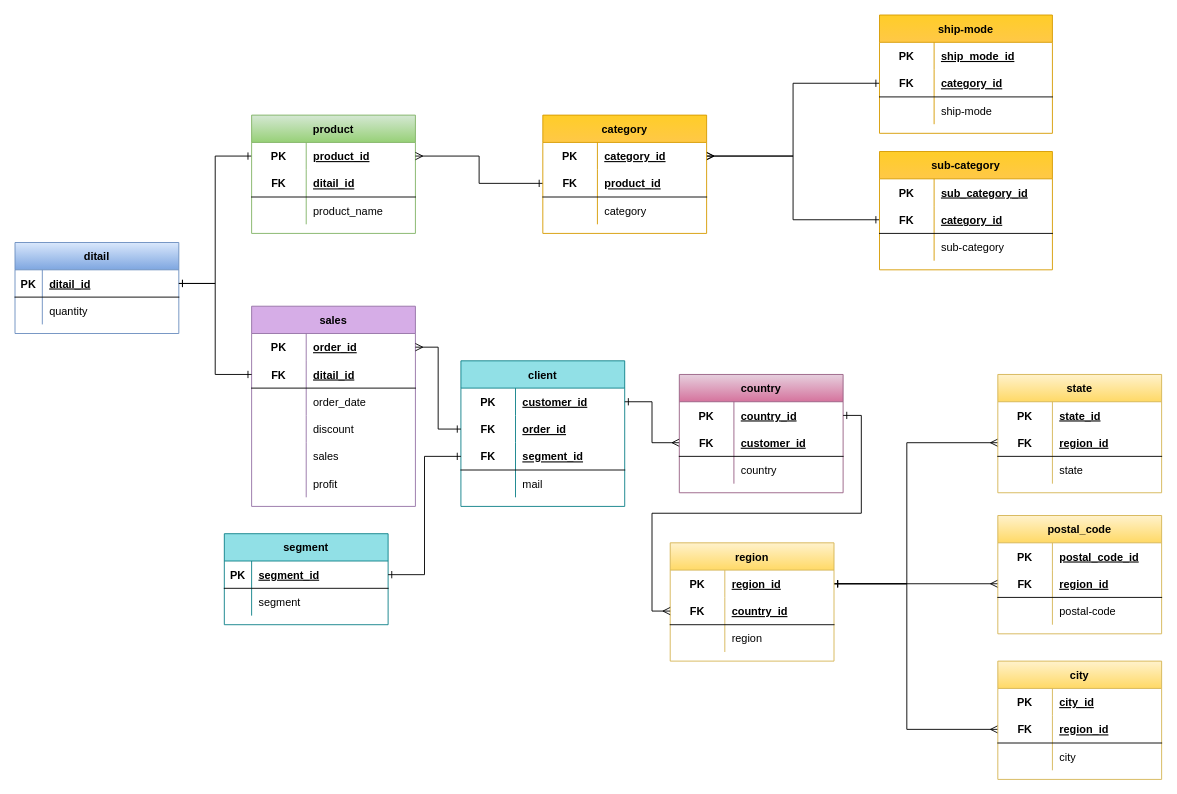
Above: Diagrama Entidad-Relación - Final - Lucas Márquez.drawio in marquezlucas/curso-sql (draw.io), before the change. Source tidied: cells renumbered, new cells numbered last; positions are measured from the earlier drawing's top-left corner, leaving out a move shared by most shapes. Both pictures are drawn from the tidied source at 91%, with x=0, y=0 at pixel (15, 15).
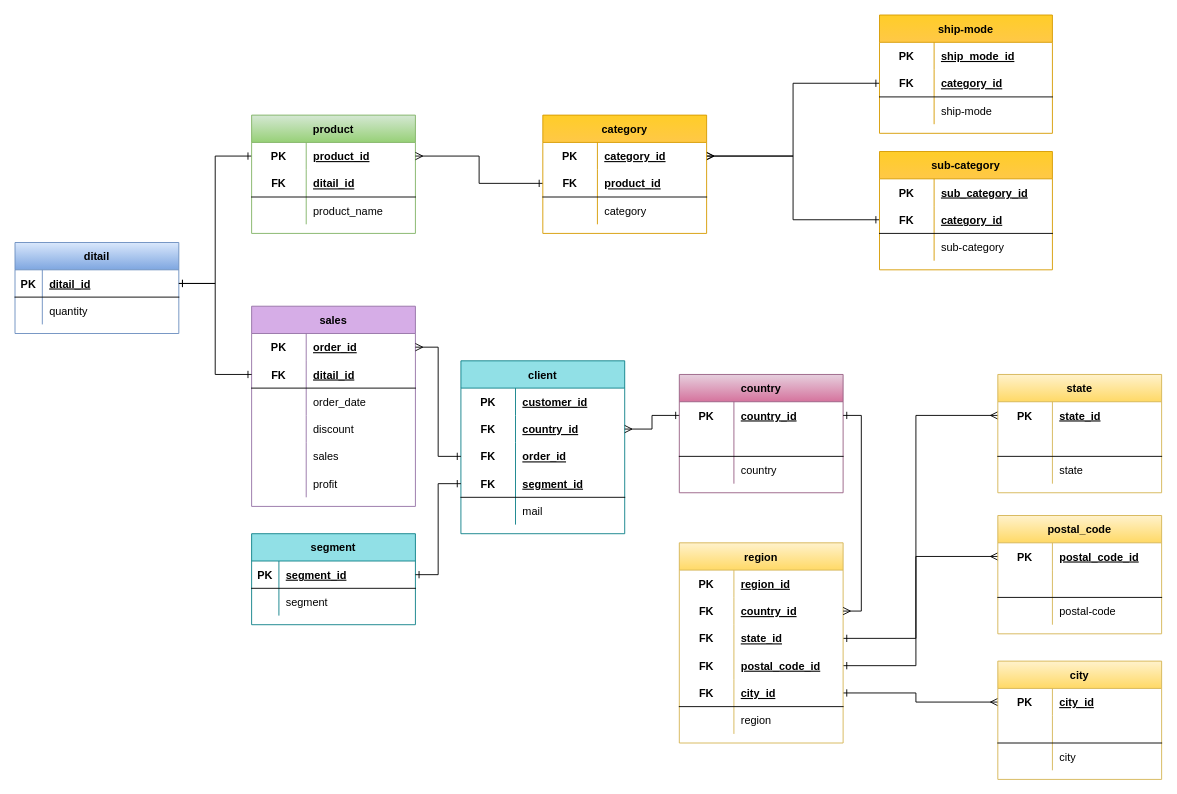
The same diagram, later.

Unchanged cells that the change refers to:
```xml
<mxCell id="22" style="shape=tableRow;horizontal=0;startSize=0;swimlaneHead=0;swimlaneBody=0;fillColor=none;points=[[0,0.5],[1,0.5]];portConstraint=eastwest;top=0;left=0;right=0;bottom=0;" parent="21" vertex="1">
  <mxGeometry y="30" width="180" height="30" as="geometry" />
</mxCell>
<mxCell id="101" value="country" style="shape=table;startSize=30;childLayout=tableLayout;rowLines=0;fontStyle=1;align=center;fillColor=#e6d0de;strokeColor=#996185;gradientColor=#d5739d;" parent="1" vertex="1">
  <mxGeometry x="730" y="395" width="180" height="130" as="geometry" />
</mxCell>
<mxCell id="102" style="shape=tableRow;horizontal=0;startSize=0;swimlaneHead=0;swimlaneBody=0;fillColor=none;points=[[0,0.5],[1,0.5]];portConstraint=eastwest;top=0;left=0;right=0;bottom=0;" parent="101" vertex="1">
  <mxGeometry y="30" width="180" height="30" as="geometry" />
</mxCell>
<mxCell id="111" value="postal_code" style="shape=table;startSize=30;childLayout=tableLayout;rowLines=0;fontStyle=1;align=center;fillColor=#fff2cc;strokeColor=#d6b656;gradientColor=#ffd966;" parent="1" vertex="1">
  <mxGeometry x="1080" y="550" width="180" height="130" as="geometry" />
</mxCell>
<mxCell id="112" style="shape=tableRow;horizontal=0;startSize=0;swimlaneHead=0;swimlaneBody=0;fillColor=none;points=[[0,0.5],[1,0.5]];portConstraint=eastwest;top=0;left=0;right=0;bottom=0;" parent="111" vertex="1">
  <mxGeometry y="30" width="180" height="30" as="geometry" />
</mxCell>
<mxCell id="121" value="state" style="shape=table;startSize=30;childLayout=tableLayout;rowLines=0;fontStyle=1;align=center;fillColor=#fff2cc;strokeColor=#d6b656;gradientColor=#ffd966;" parent="1" vertex="1">
  <mxGeometry x="1080" y="395" width="180" height="130" as="geometry" />
</mxCell>
<mxCell id="122" style="shape=tableRow;horizontal=0;startSize=0;swimlaneHead=0;swimlaneBody=0;fillColor=none;points=[[0,0.5],[1,0.5]];portConstraint=eastwest;top=0;left=0;right=0;bottom=0;" parent="121" vertex="1">
  <mxGeometry y="30" width="180" height="30" as="geometry" />
</mxCell>
<mxCell id="131" value="city" style="shape=table;startSize=30;childLayout=tableLayout;rowLines=0;fontStyle=1;align=center;fillColor=#fff2cc;strokeColor=#d6b656;gradientColor=#ffd966;" parent="1" vertex="1">
  <mxGeometry x="1080" y="710" width="180" height="130" as="geometry" />
</mxCell>
<mxCell id="132" style="shape=tableRow;horizontal=0;startSize=0;swimlaneHead=0;swimlaneBody=0;fillColor=none;points=[[0,0.5],[1,0.5]];portConstraint=eastwest;top=0;left=0;right=0;bottom=0;" parent="131" vertex="1">
  <mxGeometry y="30" width="180" height="30" as="geometry" />
</mxCell>
<mxCell id="142" style="shape=tableRow;horizontal=0;startSize=0;swimlaneHead=0;swimlaneBody=0;fillColor=none;points=[[0,0.5],[1,0.5]];portConstraint=eastwest;top=0;left=0;right=0;bottom=0;" parent="141" vertex="1">
  <mxGeometry y="30" width="180" height="30" as="geometry" />
</mxCell>
```

What changed in the source:
```diff
@@
     <mxCell id="21" value="client" style="shape=table;startSize=30;childLayout=tableLayout;rowLines=0;fontStyle=1;align=center;fillColor=#91E0E6;strokeColor=#0e8088;" parent="1" vertex="1">
-      <mxGeometry x="490" y="380" width="180" height="160" as="geometry" />
+      <mxGeometry x="490" y="380" width="180" height="190" as="geometry" />
     </mxCell>
@@
+    <mxCell id="152" style="shape=tableRow;horizontal=0;startSize=0;swimlaneHead=0;swimlaneBody=0;fillColor=none;points=[[0,0.5],[1,0.5]];portConstraint=eastwest;top=0;left=0;right=0;bottom=0;" parent="21" vertex="1">
+      <mxGeometry y="60" width="180" height="30" as="geometry" />
+    </mxCell>
+    <mxCell id="153" value="FK" style="shape=partialRectangle;fillColor=none;top=0;left=0;bottom=0;right=0;fontStyle=1;overflow=hidden;" parent="152" vertex="1">
+      <mxGeometry width="60" height="30" as="geometry" />
+    </mxCell>
+    <mxCell id="154" value="country_id" style="shape=partialRectangle;fillColor=none;top=0;left=0;bottom=0;right=0;align=left;spacingLeft=6;fontStyle=5;overflow=hidden;" parent="152" vertex="1">
+      <mxGeometry x="60" width="120" height="30" as="geometry" />
+    </mxCell>
     <mxCell id="25" style="shape=tableRow;horizontal=0;startSize=0;swimlaneHead=0;swimlaneBody=0;fillColor=none;points=[[0,0.5],[1,0.5]];portConstraint=eastwest;top=0;left=0;right=0;bottom=0;" parent="21" vertex="1">
-      <mxGeometry y="60" width="180" height="30" as="geometry" />
+      <mxGeometry y="90" width="180" height="30" as="geometry" />
     </mxCell>
@@
     <mxCell id="28" style="shape=tableRow;horizontal=0;startSize=0;swimlaneHead=0;swimlaneBody=0;fillColor=none;points=[[0,0.5],[1,0.5]];portConstraint=eastwest;top=0;left=0;right=0;bottom=1;" parent="21" vertex="1">
-      <mxGeometry y="90" width="180" height="30" as="geometry" />
+      <mxGeometry y="120" width="180" height="30" as="geometry" />
     </mxCell>
@@
     <mxCell id="31" style="shape=tableRow;horizontal=0;startSize=0;swimlaneHead=0;swimlaneBody=0;fillColor=none;top=0;left=0;right=0;bottom=0;" parent="21" vertex="1">
-      <mxGeometry y="120" width="180" height="30" as="geometry" />
+      <mxGeometry y="150" width="180" height="30" as="geometry" />
     </mxCell>
@@
-    <mxCell id="48" style="edgeStyle=orthogonalEdgeStyle;rounded=0;jettySize=auto;html=1;startArrow=ERone;startFill=0;endArrow=ERmany;endFill=0;exitX=1;exitY=0.5;exitDx=0;exitDy=0;entryX=0;entryY=0.5;entryDx=0;entryDy=0;" parent="1" edge="1" source="22" target="105">
+    <mxCell id="48" style="edgeStyle=orthogonalEdgeStyle;rounded=0;jettySize=auto;html=1;startArrow=ERmany;startFill=0;endArrow=ERone;endFill=0;exitX=1;exitY=0.5;exitDx=0;exitDy=0;entryX=0;entryY=0.5;entryDx=0;entryDy=0;" parent="1" edge="1" source="152" target="102">
       <mxGeometry relative="1" as="geometry" />
     </mxCell>
     <mxCell id="49" value="segment" style="shape=table;startSize=30;childLayout=tableLayout;rowLines=0;fontStyle=1;align=center;fillColor=#91E0E6;strokeColor=#0e8088;" parent="1" vertex="1">
-      <mxGeometry x="230" y="570" width="180" height="100" as="geometry" />
+      <mxGeometry x="260" y="570" width="180" height="100" as="geometry" />
     </mxCell>
@@
-    <mxCell id="59" style="edgeStyle=orthogonalEdgeStyle;rounded=0;jettySize=auto;html=1;exitX=1;exitY=0.5;exitDx=0;exitDy=0;startArrow=ERone;startFill=0;endArrow=ERmany;endFill=0;entryX=0;entryY=0.5;entryDx=0;entryDy=0;" parent="1" edge="1" source="142" target="125">
+    <mxCell id="59" style="edgeStyle=orthogonalEdgeStyle;rounded=0;jettySize=auto;html=1;exitX=1;exitY=0.5;exitDx=0;exitDy=0;startArrow=ERone;startFill=0;endArrow=ERmany;endFill=0;entryX=0;entryY=0.5;entryDx=0;entryDy=0;" parent="1" edge="1" source="170" target="122">
       <mxGeometry relative="1" as="geometry">
         <Array as="points">
-          <mxPoint x="980" y="625" />
-          <mxPoint x="980" y="470" />
+          <mxPoint x="990" y="685" />
+          <mxPoint x="990" y="440" />
         </Array>
       </mxGeometry>
     </mxCell>
-    <mxCell id="60" style="edgeStyle=orthogonalEdgeStyle;rounded=0;jettySize=auto;html=1;exitX=1;exitY=0.5;exitDx=0;exitDy=0;entryX=0;entryY=0.5;entryDx=0;entryDy=0;startArrow=ERmany;startFill=0;endArrow=ERone;endFill=0;" parent="1" edge="1" target="105">
+    <mxCell id="60" style="edgeStyle=orthogonalEdgeStyle;rounded=0;orthogonalLoop=1;jettySize=auto;html=1;exitX=1;exitY=0.5;exitDx=0;exitDy=0;entryX=0;entryY=0.5;entryDx=0;entryDy=0;startArrow=ERmany;startFill=0;endArrow=ERone;endFill=0;" parent="1" edge="1">
       <mxGeometry relative="1" as="geometry">
         <Array as="points">
           <mxPoint x="1060" y="555" />
           <mxPoint x="1060" y="815" />
         </Array>
       </mxGeometry>
     </mxCell>
-    <mxCell id="61" style="edgeStyle=orthogonalEdgeStyle;rounded=0;jettySize=auto;html=1;exitX=1;exitY=0.5;exitDx=0;exitDy=0;entryX=0;entryY=0.5;entryDx=0;entryDy=0;startArrow=ERone;startFill=0;endArrow=ERmany;endFill=0;" parent="1" edge="1" source="142" target="135">
+    <mxCell id="61" style="edgeStyle=orthogonalEdgeStyle;rounded=0;jettySize=auto;html=1;exitX=1;exitY=0.5;exitDx=0;exitDy=0;entryX=0;entryY=0.5;entryDx=0;entryDy=0;startArrow=ERone;startFill=0;endArrow=ERmany;endFill=0;" parent="1" edge="1" source="145" target="132">
       <mxGeometry relative="1" as="geometry">
         <Array as="points">
-          <mxPoint x="980" y="625" />
-          <mxPoint x="980" y="785" />
+          <mxPoint x="990" y="745" />
+          <mxPoint x="990" y="755" />
         </Array>
       </mxGeometry>
     </mxCell>
-    <mxCell id="62" style="edgeStyle=orthogonalEdgeStyle;rounded=0;jettySize=auto;html=1;exitX=1;exitY=0.5;exitDx=0;exitDy=0;entryX=0;entryY=0.5;entryDx=0;entryDy=0;startArrow=ERone;startFill=0;endArrow=ERmany;endFill=0;" parent="1" edge="1" source="142" target="115">
+    <mxCell id="62" style="edgeStyle=orthogonalEdgeStyle;rounded=0;jettySize=auto;html=1;exitX=1;exitY=0.5;exitDx=0;exitDy=0;entryX=0;entryY=0.5;entryDx=0;entryDy=0;startArrow=ERone;startFill=0;endArrow=ERmany;endFill=0;" parent="1" edge="1" source="173" target="112">
       <mxGeometry relative="1" as="geometry">
         <Array as="points">
-          <mxPoint x="1080" y="625" />
+          <mxPoint x="990" y="715" />
+          <mxPoint x="990" y="595" />
         </Array>
       </mxGeometry>
     </mxCell>
@@
-    <mxCell id="105" style="shape=tableRow;horizontal=0;startSize=0;swimlaneHead=0;swimlaneBody=0;fillColor=none;points=[[0,0.5],[1,0.5]];portConstraint=eastwest;top=0;left=0;right=0;bottom=1;" parent="101" vertex="1">
-      <mxGeometry y="60" width="180" height="30" as="geometry" />
-    </mxCell>
-    <mxCell id="106" value="FK" style="shape=partialRectangle;fillColor=none;top=0;left=0;bottom=0;right=0;fontStyle=1;overflow=hidden;" parent="105" vertex="1">
-      <mxGeometry width="60" height="30" as="geometry" />
-    </mxCell>
-    <mxCell id="107" value="customer_id" style="shape=partialRectangle;fillColor=none;top=0;left=0;bottom=0;right=0;align=left;spacingLeft=6;fontStyle=5;overflow=hidden;" parent="105" vertex="1">
-      <mxGeometry x="60" width="120" height="30" as="geometry" />
-    </mxCell>
+    <mxCell id="155" style="shape=tableRow;horizontal=0;startSize=0;swimlaneHead=0;swimlaneBody=0;fillColor=none;top=0;left=0;right=0;bottom=1;" parent="101" vertex="1">
+      <mxGeometry y="60" width="180" height="30" as="geometry" />
+    </mxCell>
+    <mxCell id="156" style="shape=partialRectangle;fillColor=none;top=0;left=0;bottom=0;right=0;fontStyle=1;overflow=hidden;" parent="155" vertex="1">
+      <mxGeometry width="60" height="30" as="geometry" />
+    </mxCell>
+    <mxCell id="157" style="shape=partialRectangle;fillColor=none;top=0;left=0;bottom=0;right=0;align=left;spacingLeft=6;fontStyle=5;overflow=hidden;" parent="155" vertex="1">
+      <mxGeometry x="60" width="120" height="30" as="geometry" />
+    </mxCell>
@@
-    <mxCell id="115" style="shape=tableRow;horizontal=0;startSize=0;swimlaneHead=0;swimlaneBody=0;fillColor=none;points=[[0,0.5],[1,0.5]];portConstraint=eastwest;top=0;left=0;right=0;bottom=1;" parent="111" vertex="1">
-      <mxGeometry y="60" width="180" height="30" as="geometry" />
-    </mxCell>
-    <mxCell id="116" value="FK" style="shape=partialRectangle;fillColor=none;top=0;left=0;bottom=0;right=0;fontStyle=1;overflow=hidden;" parent="115" vertex="1">
-      <mxGeometry width="60" height="30" as="geometry" />
-    </mxCell>
-    <mxCell id="117" value="region_id" style="shape=partialRectangle;fillColor=none;top=0;left=0;bottom=0;right=0;align=left;spacingLeft=6;fontStyle=5;overflow=hidden;" parent="115" vertex="1">
-      <mxGeometry x="60" width="120" height="30" as="geometry" />
-    </mxCell>
+    <mxCell id="158" style="shape=tableRow;horizontal=0;startSize=0;swimlaneHead=0;swimlaneBody=0;fillColor=none;top=0;left=0;right=0;bottom=1;" parent="111" vertex="1">
+      <mxGeometry y="60" width="180" height="30" as="geometry" />
+    </mxCell>
+    <mxCell id="159" style="shape=partialRectangle;fillColor=none;top=0;left=0;bottom=0;right=0;fontStyle=1;overflow=hidden;" parent="158" vertex="1">
+      <mxGeometry width="60" height="30" as="geometry" />
+    </mxCell>
+    <mxCell id="160" style="shape=partialRectangle;fillColor=none;top=0;left=0;bottom=0;right=0;align=left;spacingLeft=6;fontStyle=5;overflow=hidden;" parent="158" vertex="1">
+      <mxGeometry x="60" width="120" height="30" as="geometry" />
+    </mxCell>
@@
-    <mxCell id="125" style="shape=tableRow;horizontal=0;startSize=0;swimlaneHead=0;swimlaneBody=0;fillColor=none;points=[[0,0.5],[1,0.5]];portConstraint=eastwest;top=0;left=0;right=0;bottom=1;" parent="121" vertex="1">
-      <mxGeometry y="60" width="180" height="30" as="geometry" />
-    </mxCell>
-    <mxCell id="126" value="FK" style="shape=partialRectangle;fillColor=none;top=0;left=0;bottom=0;right=0;fontStyle=1;overflow=hidden;" parent="125" vertex="1">
-      <mxGeometry width="60" height="30" as="geometry" />
-    </mxCell>
-    <mxCell id="127" value="region_id" style="shape=partialRectangle;fillColor=none;top=0;left=0;bottom=0;right=0;align=left;spacingLeft=6;fontStyle=5;overflow=hidden;" parent="125" vertex="1">
-      <mxGeometry x="60" width="120" height="30" as="geometry" />
-    </mxCell>
+    <mxCell id="161" style="shape=tableRow;horizontal=0;startSize=0;swimlaneHead=0;swimlaneBody=0;fillColor=none;top=0;left=0;right=0;bottom=1;" parent="121" vertex="1">
+      <mxGeometry y="60" width="180" height="30" as="geometry" />
+    </mxCell>
+    <mxCell id="162" style="shape=partialRectangle;fillColor=none;top=0;left=0;bottom=0;right=0;fontStyle=1;overflow=hidden;" parent="161" vertex="1">
+      <mxGeometry width="60" height="30" as="geometry" />
+    </mxCell>
+    <mxCell id="163" style="shape=partialRectangle;fillColor=none;top=0;left=0;bottom=0;right=0;align=left;spacingLeft=6;fontStyle=5;overflow=hidden;" parent="161" vertex="1">
+      <mxGeometry x="60" width="120" height="30" as="geometry" />
+    </mxCell>
@@
-    <mxCell id="135" style="shape=tableRow;horizontal=0;startSize=0;swimlaneHead=0;swimlaneBody=0;fillColor=none;points=[[0,0.5],[1,0.5]];portConstraint=eastwest;top=0;left=0;right=0;bottom=1;" parent="131" vertex="1">
-      <mxGeometry y="60" width="180" height="30" as="geometry" />
-    </mxCell>
-    <mxCell id="136" value="FK" style="shape=partialRectangle;fillColor=none;top=0;left=0;bottom=0;right=0;fontStyle=1;overflow=hidden;" parent="135" vertex="1">
-      <mxGeometry width="60" height="30" as="geometry" />
-    </mxCell>
-    <mxCell id="137" value="region_id" style="shape=partialRectangle;fillColor=none;top=0;left=0;bottom=0;right=0;align=left;spacingLeft=6;fontStyle=5;overflow=hidden;" parent="135" vertex="1">
-      <mxGeometry x="60" width="120" height="30" as="geometry" />
-    </mxCell>
+    <mxCell id="164" style="shape=tableRow;horizontal=0;startSize=0;swimlaneHead=0;swimlaneBody=0;fillColor=none;top=0;left=0;right=0;bottom=1;" parent="131" vertex="1">
+      <mxGeometry y="60" width="180" height="30" as="geometry" />
+    </mxCell>
+    <mxCell id="165" style="shape=partialRectangle;fillColor=none;top=0;left=0;bottom=0;right=0;fontStyle=1;overflow=hidden;" parent="164" vertex="1">
+      <mxGeometry width="60" height="30" as="geometry" />
+    </mxCell>
+    <mxCell id="166" style="shape=partialRectangle;fillColor=none;top=0;left=0;bottom=0;right=0;align=left;spacingLeft=6;fontStyle=5;overflow=hidden;" parent="164" vertex="1">
+      <mxGeometry x="60" width="120" height="30" as="geometry" />
+    </mxCell>
@@
     <mxCell id="141" value="region" style="shape=table;startSize=30;childLayout=tableLayout;rowLines=0;fontStyle=1;align=center;fillColor=#fff2cc;strokeColor=#d6b656;gradientColor=#ffd966;" parent="1" vertex="1">
-      <mxGeometry x="720" y="580" width="180" height="130" as="geometry" />
+      <mxGeometry x="730" y="580" width="180" height="220" as="geometry" />
     </mxCell>
@@
+    <mxCell id="167" style="shape=tableRow;horizontal=0;startSize=0;swimlaneHead=0;swimlaneBody=0;fillColor=none;points=[[0,0.5],[1,0.5]];portConstraint=eastwest;top=0;left=0;right=0;bottom=0;" parent="141" vertex="1">
+      <mxGeometry y="60" width="180" height="30" as="geometry" />
+    </mxCell>
+    <mxCell id="168" value="FK" style="shape=partialRectangle;fillColor=none;top=0;left=0;bottom=0;right=0;fontStyle=1;overflow=hidden;" parent="167" vertex="1">
+      <mxGeometry width="60" height="30" as="geometry" />
+    </mxCell>
+    <mxCell id="169" value="country_id" style="shape=partialRectangle;fillColor=none;top=0;left=0;bottom=0;right=0;align=left;spacingLeft=6;fontStyle=5;overflow=hidden;" parent="167" vertex="1">
+      <mxGeometry x="60" width="120" height="30" as="geometry" />
+    </mxCell>
+    <mxCell id="170" style="shape=tableRow;horizontal=0;startSize=0;swimlaneHead=0;swimlaneBody=0;fillColor=none;points=[[0,0.5],[1,0.5]];portConstraint=eastwest;top=0;left=0;right=0;bottom=0;" parent="141" vertex="1">
+      <mxGeometry y="90" width="180" height="30" as="geometry" />
+    </mxCell>
+    <mxCell id="171" value="FK" style="shape=partialRectangle;fillColor=none;top=0;left=0;bottom=0;right=0;fontStyle=1;overflow=hidden;" parent="170" vertex="1">
+      <mxGeometry width="60" height="30" as="geometry" />
+    </mxCell>
+    <mxCell id="172" value="state_id" style="shape=partialRectangle;fillColor=none;top=0;left=0;bottom=0;right=0;align=left;spacingLeft=6;fontStyle=5;overflow=hidden;" parent="170" vertex="1">
+      <mxGeometry x="60" width="120" height="30" as="geometry" />
+    </mxCell>
+    <mxCell id="173" style="shape=tableRow;horizontal=0;startSize=0;swimlaneHead=0;swimlaneBody=0;fillColor=none;points=[[0,0.5],[1,0.5]];portConstraint=eastwest;top=0;left=0;right=0;bottom=0;" parent="141" vertex="1">
+      <mxGeometry y="120" width="180" height="30" as="geometry" />
+    </mxCell>
+    <mxCell id="174" value="FK" style="shape=partialRectangle;fillColor=none;top=0;left=0;bottom=0;right=0;fontStyle=1;overflow=hidden;" parent="173" vertex="1">
+      <mxGeometry width="60" height="30" as="geometry" />
+    </mxCell>
+    <mxCell id="175" value="postal_code_id" style="shape=partialRectangle;fillColor=none;top=0;left=0;bottom=0;right=0;align=left;spacingLeft=6;fontStyle=5;overflow=hidden;" parent="173" vertex="1">
+      <mxGeometry x="60" width="120" height="30" as="geometry" />
+    </mxCell>
     <mxCell id="145" style="shape=tableRow;horizontal=0;startSize=0;swimlaneHead=0;swimlaneBody=0;fillColor=none;points=[[0,0.5],[1,0.5]];portConstraint=eastwest;top=0;left=0;right=0;bottom=1;" parent="141" vertex="1">
-      <mxGeometry y="60" width="180" height="30" as="geometry" />
+      <mxGeometry y="150" width="180" height="30" as="geometry" />
     </mxCell>
@@
-    <mxCell id="147" value="country_id" style="shape=partialRectangle;fillColor=none;top=0;left=0;bottom=0;right=0;align=left;spacingLeft=6;fontStyle=5;overflow=hidden;" parent="145" vertex="1">
+    <mxCell id="147" value="city_id" style="shape=partialRectangle;fillColor=none;top=0;left=0;bottom=0;right=0;align=left;spacingLeft=6;fontStyle=5;overflow=hidden;" parent="145" vertex="1">
       <mxGeometry x="60" width="120" height="30" as="geometry" />
     </mxCell>
     <mxCell id="148" style="shape=tableRow;horizontal=0;startSize=0;swimlaneHead=0;swimlaneBody=0;fillColor=none;top=0;left=0;right=0;bottom=0;" parent="141" vertex="1">
-      <mxGeometry y="90" width="180" height="30" as="geometry" />
+      <mxGeometry y="180" width="180" height="30" as="geometry" />
     </mxCell>
@@
-    <mxCell id="151" style="edgeStyle=orthogonalEdgeStyle;rounded=0;jettySize=auto;html=1;startArrow=ERone;startFill=0;endArrow=ERmany;endFill=0;exitX=1;exitY=0.5;exitDx=0;exitDy=0;entryX=0;entryY=0.5;entryDx=0;entryDy=0;" parent="1" edge="1" source="102" target="145">
+    <mxCell id="151" style="edgeStyle=orthogonalEdgeStyle;rounded=0;jettySize=auto;html=1;startArrow=ERone;startFill=0;endArrow=ERmany;endFill=0;exitX=1;exitY=0.5;exitDx=0;exitDy=0;entryX=1;entryY=0.5;entryDx=0;entryDy=0;" parent="1" edge="1" source="102" target="167">
       <mxGeometry relative="1" as="geometry" />
     </mxCell>
```
